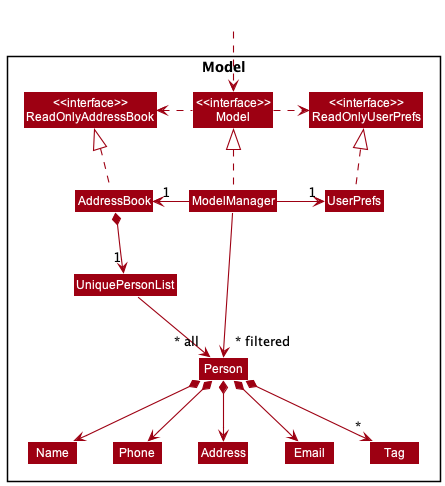
Above: docs/images/ModelClassDiagram.png in nus-cs2103-AY2223S2/tp (PlantUML), before the change.
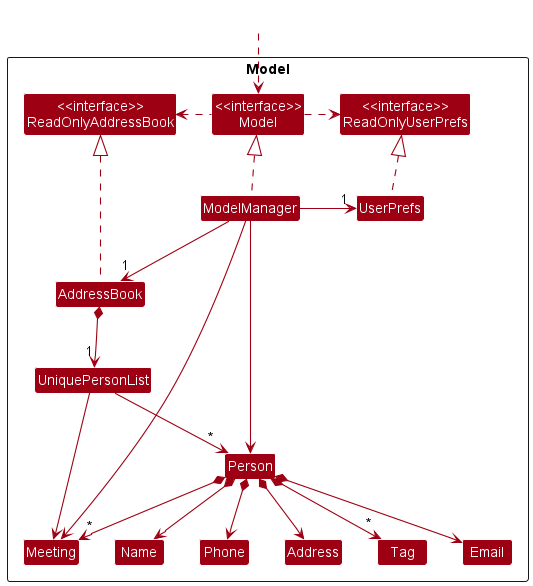
Later version of the same file.

Commit message:
Update model uml diagram

What changed in the source:
```diff
@@ -19,6 +19,7 @@
 Class Name
 Class Phone
 Class Tag
+Class Meeting
 
 }
 
@@ -30,21 +31,28 @@
 ModelManager .up.|> Model
 Model .right.> ReadOnlyUserPrefs
 Model .left.> ReadOnlyAddressBook
-ModelManager -left-> "1" AddressBook
+ModelManager --> "1" AddressBook
 ModelManager -right-> "1" UserPrefs
 UserPrefs .up.|> ReadOnlyUserPrefs
 
 AddressBook *--> "1" UniquePersonList
-UniquePersonList --> "~* all" Person
+UniquePersonList --> "~* " Person
+
 Person *--> Name
 Person *--> Phone
 Person *--> Email
 Person *--> Address
 Person *--> "*" Tag
+Person *--> "*" Meeting
 
 Name -[hidden]right-> Phone
 Phone -[hidden]right-> Address
 Address -[hidden]right-> Email
 
-ModelManager -->"~* filtered" Person
+ModelManager --> Person
+ModelManager --> Meeting
+
+UniquePersonList --> Meeting
+
+
 @enduml
```
